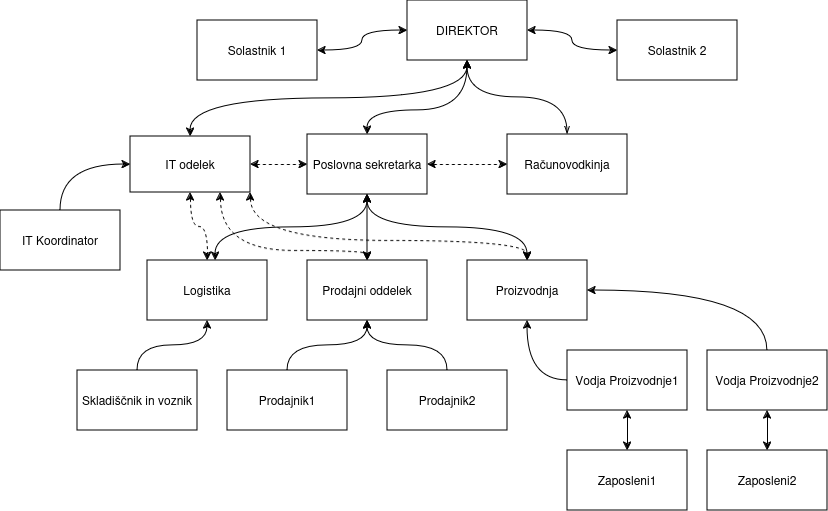
Above: Untitled Diagram.drawio.png in itMegu/Faks-FOV (draw.io), before the change. Source tidied: cells renumbered, new cells last; positions are measured from the earlier drawing's top-left corner, leaving out a move shared by most shapes.
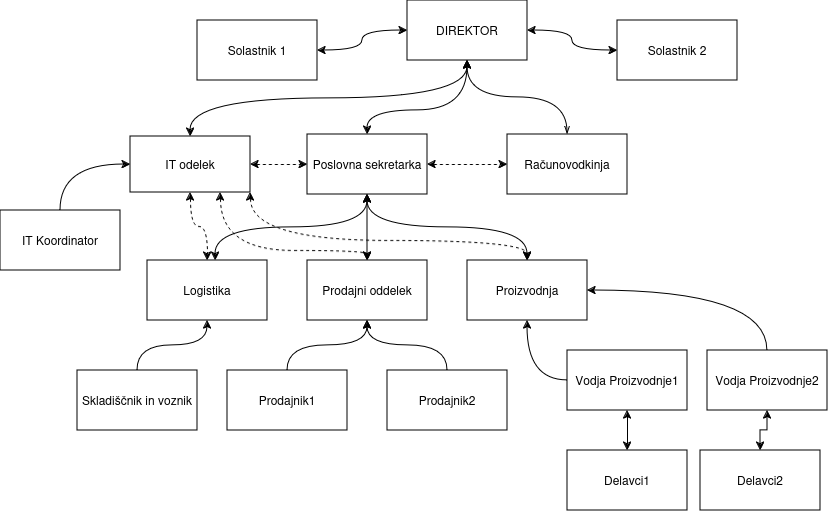
Above is the later version.

The edit, as a diff of the source:
```diff
@@ -82,14 +82,14 @@
     <mxCell id="26" style="edgeStyle=orthogonalEdgeStyle;rounded=0;jettySize=auto;html=1;entryX=0.5;entryY=1;entryDx=0;entryDy=0;startArrow=classic;startFill=1;" parent="1" edge="1" source="27" target="23">
       <mxGeometry relative="1" as="geometry" />
     </mxCell>
-    <mxCell id="27" value="Zaposleni1" style="rounded=0;whiteSpace=wrap;html=1;" parent="1" vertex="1">
+    <mxCell id="27" value="Delavci1" style="rounded=0;whiteSpace=wrap;html=1;" parent="1" vertex="1">
       <mxGeometry x="567" y="450" width="120" height="60" as="geometry" />
     </mxCell>
     <mxCell id="28" style="edgeStyle=orthogonalEdgeStyle;rounded=0;jettySize=auto;html=1;entryX=0.5;entryY=1;entryDx=0;entryDy=0;startArrow=classic;startFill=1;" parent="1" edge="1" source="29" target="25">
       <mxGeometry relative="1" as="geometry" />
     </mxCell>
-    <mxCell id="29" value="Zaposleni2" style="rounded=0;whiteSpace=wrap;html=1;" parent="1" vertex="1">
-      <mxGeometry x="707" y="450" width="120" height="60" as="geometry" />
+    <mxCell id="29" value="Delavci2" style="rounded=0;whiteSpace=wrap;html=1;" parent="1" vertex="1">
+      <mxGeometry x="700" y="450" width="120" height="60" as="geometry" />
     </mxCell>
     <mxCell id="30" style="edgeStyle=orthogonalEdgeStyle;rounded=0;jettySize=auto;html=1;entryX=0.5;entryY=1;entryDx=0;entryDy=0;curved=1;" parent="1" edge="1" source="31" target="17">
       <mxGeometry relative="1" as="geometry" />
```
